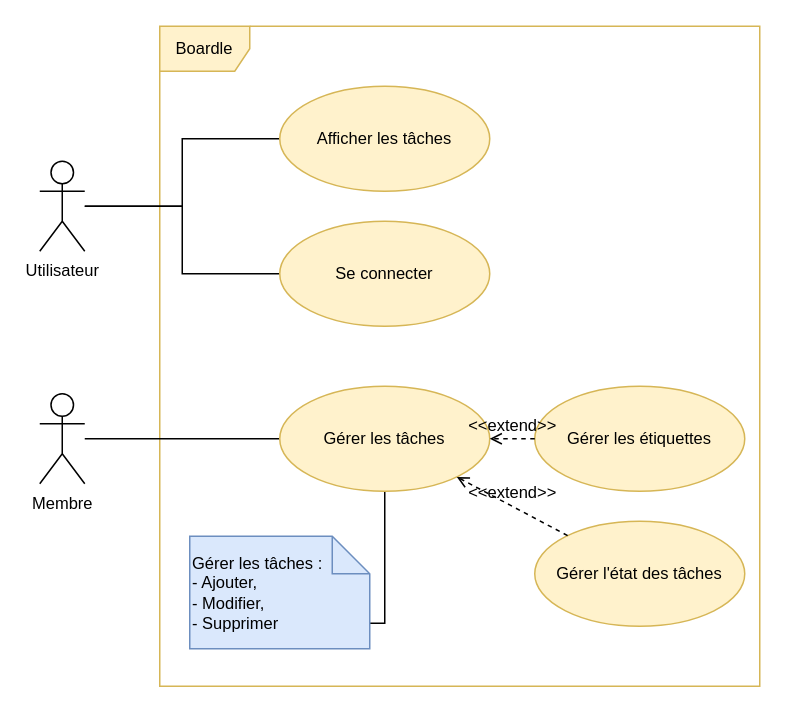
KMorere/spring-eval keeps this draw.io diagram as page "Use_Case" (2 of 2) of doc/uml/Boardle.drawio. Above is the earlier version. Source tidied: cells renumbered, new cells numbered last; positions are measured from the earlier drawing's top-left corner, leaving out a move shared by most shapes. Both pictures are drawn from the tidied source at 150%, with x=0, y=0 at pixel (39, 26).
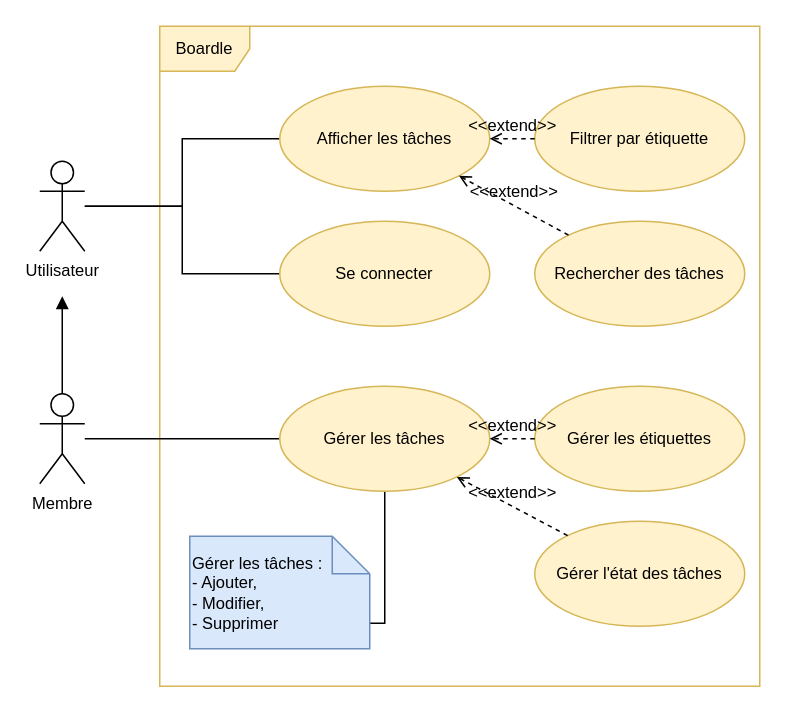
The same page after the edit.

Commit message (it also covers changes not shown here):
Updated the use case diagram by adding extra cases extending the Task display.

The change refers to these unchanged cells:
```xml
<mxCell id="7" value="Membre" style="shape=umlActor;verticalLabelPosition=bottom;verticalAlign=top;html=1;fontFamily=Helvetica;fontSize=11;fontColor=default;labelBackgroundColor=default;" parent="1" vertex="1">
  <mxGeometry y="245" width="30" height="60" as="geometry" />
</mxCell>
<mxCell id="8" value="Afficher les tâches" style="ellipse;whiteSpace=wrap;html=1;fontFamily=Helvetica;fontSize=11;labelBackgroundColor=none;fillColor=#fff2cc;strokeColor=#d6b656;" parent="1" vertex="1">
  <mxGeometry x="160" y="40" width="140" height="70" as="geometry" />
</mxCell>
```

The edit, as a diff of the source:
```diff
@@
+    <mxCell id="17" style="edgeStyle=orthogonalEdgeStyle;shape=connector;rounded=0;jettySize=auto;html=1;strokeColor=default;align=center;verticalAlign=middle;fontFamily=Helvetica;fontSize=11;fontColor=default;labelBackgroundColor=default;endArrow=block;endFill=1;" parent="1" edge="1" source="7">
+      <mxGeometry relative="1" as="geometry">
+        <mxPoint x="15" y="180" as="targetPoint" />
+      </mxGeometry>
+    </mxCell>
+    <mxCell id="18" value="Filtrer par étiquette" style="ellipse;whiteSpace=wrap;html=1;fontFamily=Helvetica;fontSize=11;labelBackgroundColor=none;fillColor=#fff2cc;strokeColor=#d6b656;" parent="1" vertex="1">
+      <mxGeometry x="330" y="40" width="140" height="70" as="geometry" />
+    </mxCell>
+    <mxCell id="19" value="Rechercher des tâches" style="ellipse;whiteSpace=wrap;html=1;fontFamily=Helvetica;fontSize=11;labelBackgroundColor=none;fillColor=#fff2cc;strokeColor=#d6b656;" parent="1" vertex="1">
+      <mxGeometry x="330" y="130" width="140" height="70" as="geometry" />
+    </mxCell>
+    <mxCell id="20" value="&amp;lt;&amp;lt;extend&amp;gt;&amp;gt;" style="html=1;verticalAlign=bottom;labelBackgroundColor=none;endArrow=open;endFill=0;dashed=1;rounded=0;strokeColor=default;align=center;fontFamily=Helvetica;fontSize=11;fontColor=default;edgeStyle=orthogonalEdgeStyle;entryX=1;entryY=0.5;entryDx=0;entryDy=0;" parent="1" edge="1" source="18" target="8">
+      <mxGeometry relative="1" as="geometry" />
+    </mxCell>
+    <mxCell id="21" value="&amp;lt;&amp;lt;extend&amp;gt;&amp;gt;" style="html=1;verticalAlign=bottom;labelBackgroundColor=none;endArrow=open;endFill=0;dashed=1;rounded=0;strokeColor=default;align=center;fontFamily=Helvetica;fontSize=11;fontColor=default;entryX=1;entryY=1;entryDx=0;entryDy=0;" parent="1" edge="1" source="19" target="8">
+      <mxGeometry relative="1" as="geometry" />
+    </mxCell>
```
